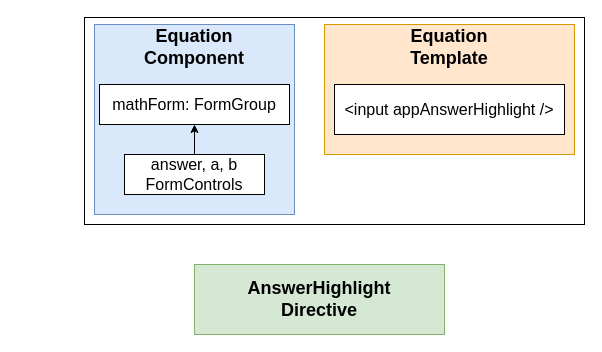
This is page "14 - dir" (14 of 14) of diagrams/creditcard/diagrams.drawio from StephenGrider/ng-casts, a draw.io file, before an edit. Source tidied: cells renumbered, new cells numbered last; positions are measured from the earlier drawing's top-left corner, leaving out a move shared by most shapes. Both pictures are drawn from the tidied source at 100%, with x=0, y=0 at pixel (84, 17).
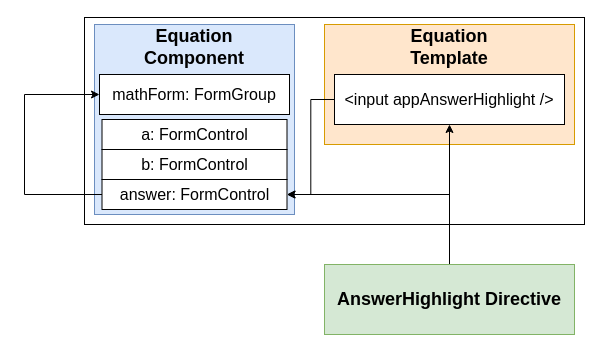
Above is the later version.

Diff of the diagram source:
```diff
@@
 <mxGraphModel>
   <root>
     <mxCell id="0" />
     <mxCell id="1" parent="0" />
     <mxCell id="2" style="rounded=0;whiteSpace=wrap;html=1;fontSize=16;align=center;" parent="1" vertex="1">
       <mxGeometry width="500" height="207" as="geometry" />
     </mxCell>
     <mxCell id="3" style="rounded=0;whiteSpace=wrap;html=1;fontSize=18;align=center;fillColor=#dae8fc;strokeColor=#6c8ebf;" parent="1" vertex="1">
       <mxGeometry x="10" y="7" width="200" height="190" as="geometry" />
     </mxCell>
     <mxCell id="4" value="&lt;b&gt;Equation Component&lt;/b&gt;" style="text;html=1;strokeColor=none;fillColor=none;align=center;verticalAlign=middle;whiteSpace=wrap;rounded=0;fontSize=18;" parent="1" vertex="1">
       <mxGeometry x="90" y="20" width="40" height="20" as="geometry" />
     </mxCell>
     <mxCell id="5" value="mathForm: FormGroup" style="rounded=0;whiteSpace=wrap;html=1;fontSize=16;align=center;" parent="1" vertex="1">
-      <mxGeometry x="15" y="67" width="190" height="40" as="geometry" />
+      <mxGeometry x="15" y="57" width="190" height="40" as="geometry" />
     </mxCell>
-    <mxCell id="6" style="edgeStyle=orthogonalEdgeStyle;rounded=0;jettySize=auto;html=1;exitX=0.5;exitY=0;exitDx=0;exitDy=0;entryX=0.5;entryY=1;entryDx=0;entryDy=0;fontSize=16;" parent="1" edge="1" source="7" target="5">
-      <mxGeometry relative="1" as="geometry" />
-    </mxCell>
-    <mxCell id="7" value="answer, a, b FormControls" style="rounded=0;whiteSpace=wrap;html=1;fontSize=16;align=center;" parent="1" vertex="1">
-      <mxGeometry x="40" y="137" width="140" height="40" as="geometry" />
+    <mxCell id="7" value="a: FormControl" style="rounded=0;whiteSpace=wrap;html=1;fontSize=16;align=center;" parent="1" vertex="1">
+      <mxGeometry x="17.5" y="102" width="185" height="30" as="geometry" />
     </mxCell>
     <mxCell id="8" style="rounded=0;whiteSpace=wrap;html=1;fontSize=18;align=center;fillColor=#ffe6cc;strokeColor=#d79b00;" parent="1" vertex="1">
-      <mxGeometry x="240" y="7" width="250" height="130" as="geometry" />
+      <mxGeometry x="240" y="7" width="250" height="120" as="geometry" />
     </mxCell>
     <mxCell id="9" value="&lt;b&gt;Equation Template&lt;/b&gt;" style="text;html=1;strokeColor=none;fillColor=none;align=center;verticalAlign=middle;whiteSpace=wrap;rounded=0;fontSize=18;" parent="1" vertex="1">
       <mxGeometry x="345" y="20" width="40" height="20" as="geometry" />
     </mxCell>
+    <mxCell id="13" style="edgeStyle=orthogonalEdgeStyle;rounded=0;jettySize=auto;html=1;exitX=0;exitY=0.5;exitDx=0;exitDy=0;entryX=1;entryY=0.5;entryDx=0;entryDy=0;fontSize=16;" parent="1" edge="1" source="10" target="18">
+      <mxGeometry relative="1" as="geometry" />
+    </mxCell>
     <mxCell id="10" value="&amp;lt;input appAnswerHighlight /&amp;gt;" style="rounded=0;whiteSpace=wrap;html=1;fontSize=16;align=center;" parent="1" vertex="1">
-      <mxGeometry x="250" y="67" width="230" height="50" as="geometry" />
+      <mxGeometry x="250" y="57" width="230" height="50" as="geometry" />
     </mxCell>
+    <mxCell id="14" style="edgeStyle=orthogonalEdgeStyle;rounded=0;jettySize=auto;html=1;exitX=0.5;exitY=0;exitDx=0;exitDy=0;fontSize=16;" parent="1" edge="1" source="11" target="10">
+      <mxGeometry relative="1" as="geometry" />
+    </mxCell>
+    <mxCell id="15" style="edgeStyle=orthogonalEdgeStyle;rounded=0;jettySize=auto;html=1;exitX=0.5;exitY=0;exitDx=0;exitDy=0;entryX=1;entryY=0.5;entryDx=0;entryDy=0;fontSize=16;" parent="1" edge="1" source="11" target="18">
+      <mxGeometry relative="1" as="geometry" />
+    </mxCell>
-    <mxCell id="11" style="rounded=0;whiteSpace=wrap;html=1;fontSize=18;align=center;fillColor=#d5e8d4;strokeColor=#82b366;" parent="1" vertex="1">
-      <mxGeometry x="110" y="247" width="250" height="70" as="geometry" />
+    <mxCell id="11" value="&lt;b style=&quot;white-space: normal&quot;&gt;AnswerHighlight Directive&lt;/b&gt;" style="rounded=0;whiteSpace=wrap;html=1;fontSize=18;align=center;fillColor=#d5e8d4;strokeColor=#82b366;" parent="1" vertex="1">
+      <mxGeometry x="240" y="247" width="250" height="70" as="geometry" />
     </mxCell>
-    <mxCell id="12" value="&lt;b&gt;AnswerHighlight Directive&lt;/b&gt;" style="text;html=1;strokeColor=none;fillColor=none;align=center;verticalAlign=middle;whiteSpace=wrap;rounded=0;fontSize=18;" parent="1" vertex="1">
-      <mxGeometry x="215" y="272" width="40" height="20" as="geometry" />
-    </mxCell>
+    <mxCell id="16" value="b: FormControl" style="rounded=0;whiteSpace=wrap;html=1;fontSize=16;align=center;" parent="1" vertex="1">
+      <mxGeometry x="17.5" y="132" width="185" height="30" as="geometry" />
+    </mxCell>
+    <mxCell id="17" style="edgeStyle=orthogonalEdgeStyle;rounded=0;jettySize=auto;html=1;exitX=0;exitY=0.5;exitDx=0;exitDy=0;entryX=0;entryY=0.5;entryDx=0;entryDy=0;fontSize=16;" parent="1" edge="1" source="18" target="5">
+      <mxGeometry relative="1" as="geometry">
+        <Array as="points">
+          <mxPoint x="-60" y="177" />
+          <mxPoint x="-60" y="77" />
+        </Array>
+      </mxGeometry>
+    </mxCell>
+    <mxCell id="18" value="answer: FormControl" style="rounded=0;whiteSpace=wrap;html=1;fontSize=16;align=center;" parent="1" vertex="1">
+      <mxGeometry x="17.5" y="162" width="185" height="30" as="geometry" />
+    </mxCell>
   </root>
 </mxGraphModel>
```
